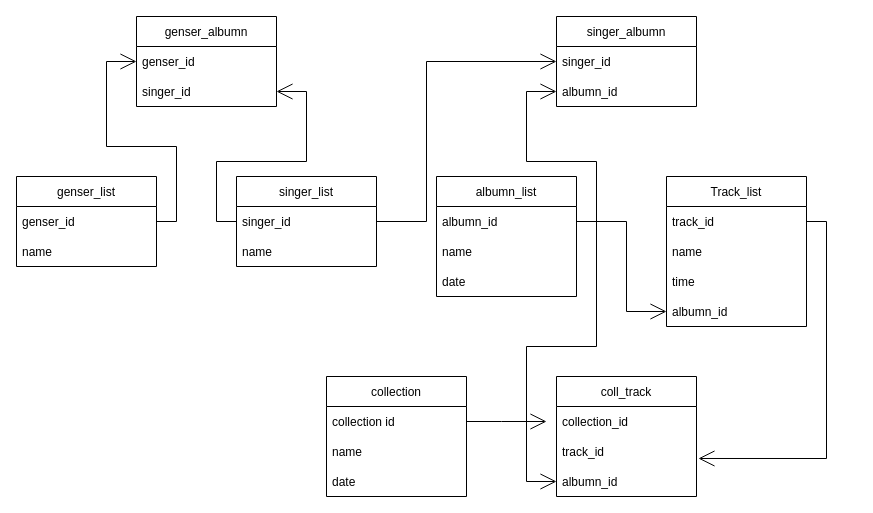
Oleg-OMON/program-1 keeps this draw.io diagram as Untitled Diagram.drawio. Above is the earlier version. Source tidied: cells renumbered, new cells numbered last; positions are measured from the earlier drawing's top-left corner, leaving out a move shared by most shapes. Both pictures are drawn from the tidied source at 100%, with x=0, y=0 at pixel (16, 16).
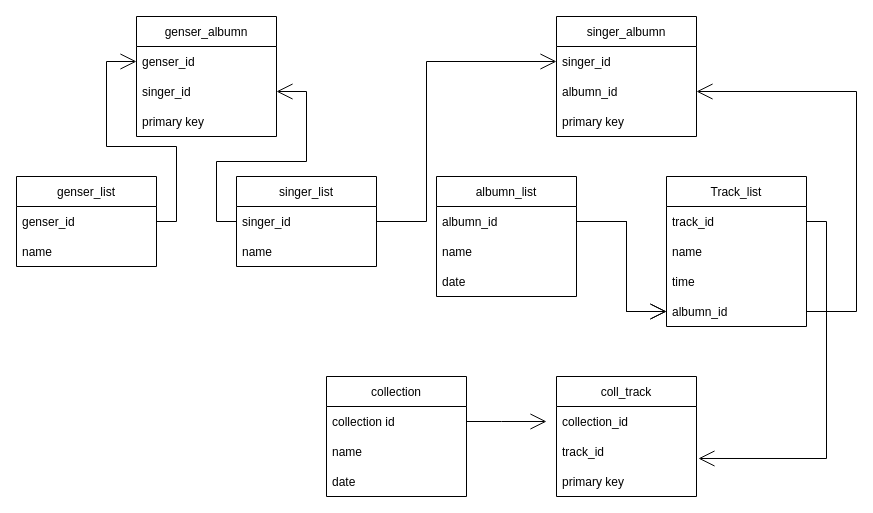
The same diagram, later.

Unchanged cells that the change refers to:
```xml
<mxCell id="9" value="albumn_id" style="text;strokeColor=none;fillColor=none;align=left;verticalAlign=middle;spacingLeft=4;spacingRight=4;overflow=hidden;points=[[0,0.5],[1,0.5]];portConstraint=eastwest;" parent="8" vertex="1">
  <mxGeometry y="30" width="140" height="30" as="geometry" />
</mxCell>
<mxCell id="16" value="albumn_id" style="text;strokeColor=none;fillColor=none;align=left;verticalAlign=middle;spacingLeft=4;spacingRight=4;overflow=hidden;points=[[0,0.5],[1,0.5]];portConstraint=eastwest;" parent="12" vertex="1">
  <mxGeometry y="120" width="140" height="30" as="geometry" />
</mxCell>
<mxCell id="26" value="albumn_id" style="text;strokeColor=none;fillColor=none;align=left;verticalAlign=middle;spacingLeft=4;spacingRight=4;overflow=hidden;points=[[0,0.5],[1,0.5]];portConstraint=eastwest;" parent="24" vertex="1">
  <mxGeometry y="60" width="140" height="30" as="geometry" />
</mxCell>
<mxCell id="27" value="coll_track" style="swimlane;fontStyle=0;horizontal=1;startSize=30;hachureGap=4;" parent="1" vertex="1">
  <mxGeometry x="540" y="360" width="140" height="120" as="geometry" />
</mxCell>
```

The edit, as a diff of the source:
```diff
@@
     <mxCell id="21" value="genser_albumn" style="swimlane;fontStyle=0;horizontal=1;startSize=30;hachureGap=4;" parent="1" vertex="1">
-      <mxGeometry x="120" width="140" height="90" as="geometry" />
+      <mxGeometry x="120" width="140" height="120" as="geometry" />
     </mxCell>
@@
+    <mxCell id="39" value="primary key" style="text;strokeColor=none;fillColor=none;align=left;verticalAlign=middle;spacingLeft=4;spacingRight=4;overflow=hidden;" parent="21" vertex="1">
+      <mxGeometry y="90" width="140" height="30" as="geometry" />
+    </mxCell>
     <mxCell id="24" value="singer_albumn" style="swimlane;fontStyle=0;horizontal=1;startSize=30;hachureGap=4;" parent="1" vertex="1">
-      <mxGeometry x="540" width="140" height="90" as="geometry" />
+      <mxGeometry x="540" width="140" height="120" as="geometry" />
     </mxCell>
@@
+    <mxCell id="40" value="primary key" style="text;strokeColor=none;fillColor=none;align=left;verticalAlign=middle;spacingLeft=4;spacingRight=4;overflow=hidden;" parent="24" vertex="1">
+      <mxGeometry y="90" width="140" height="30" as="geometry" />
+    </mxCell>
@@
-    <mxCell id="30" value="albumn_id" style="text;strokeColor=none;fillColor=none;align=left;verticalAlign=middle;spacingLeft=4;spacingRight=4;overflow=hidden;points=[[0,0.5],[1,0.5]];portConstraint=eastwest;" parent="27" vertex="1">
-      <mxGeometry y="90" width="140" height="30" as="geometry" />
-    </mxCell>
+    <mxCell id="41" value="primary key" style="text;strokeColor=none;fillColor=none;align=left;verticalAlign=middle;spacingLeft=4;spacingRight=4;overflow=hidden;" parent="27" vertex="1">
+      <mxGeometry y="90" width="140" height="30" as="geometry" />
+    </mxCell>
@@
-    <mxCell id="34" style="edgeStyle=orthogonalEdgeStyle;rounded=0;jettySize=auto;html=1;exitX=1;exitY=0.5;exitDx=0;exitDy=0;entryX=0;entryY=0.5;entryDx=0;entryDy=0;endArrow=open;startSize=14;endSize=14;sourcePerimeterSpacing=8;targetPerimeterSpacing=8;" parent="1" edge="1" source="9" target="30">
-      <mxGeometry relative="1" as="geometry" />
-    </mxCell>
@@
-    <mxCell id="38" style="edgeStyle=orthogonalEdgeStyle;rounded=0;jettySize=auto;html=1;exitX=1;exitY=0.5;exitDx=0;exitDy=0;entryX=0;entryY=0.5;entryDx=0;entryDy=0;endArrow=open;startSize=14;endSize=14;sourcePerimeterSpacing=8;targetPerimeterSpacing=8;" parent="1" edge="1" source="9" target="26">
-      <mxGeometry relative="1" as="geometry" />
+    <mxCell id="38" style="edgeStyle=orthogonalEdgeStyle;rounded=0;jettySize=auto;html=1;exitX=1;exitY=0.5;exitDx=0;exitDy=0;entryX=0;entryY=0.5;entryDx=0;entryDy=0;endArrow=open;startSize=14;endSize=14;sourcePerimeterSpacing=8;targetPerimeterSpacing=8;" parent="1" edge="1" source="9" target="16">
+      <mxGeometry relative="1" as="geometry">
+        <Array as="points">
+          <mxPoint x="610" y="205" />
+          <mxPoint x="610" y="295" />
+        </Array>
+      </mxGeometry>
     </mxCell>
+    <mxCell id="42" style="edgeStyle=orthogonalEdgeStyle;rounded=0;jettySize=auto;html=1;exitX=1;exitY=0.5;exitDx=0;exitDy=0;entryX=1;entryY=0.5;entryDx=0;entryDy=0;endArrow=open;startSize=14;endSize=14;sourcePerimeterSpacing=8;targetPerimeterSpacing=8;" parent="1" edge="1" source="16" target="26">
+      <mxGeometry relative="1" as="geometry">
+        <Array as="points">
+          <mxPoint x="840" y="295" />
+          <mxPoint x="840" y="75" />
+        </Array>
+      </mxGeometry>
+    </mxCell>
```
